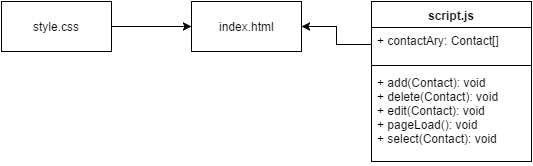
blaskowski94/JSAddressBook keeps this draw.io diagram as AddressBookUML.png. Above is the earlier version. Source tidied: cells renumbered, new cells last; positions are measured from the earlier drawing's top-left corner, leaving out a move shared by most shapes. The source it was exported from:
```xml
<mxGraphModel background="#ffffff">
  <root>
    <mxCell id="0" />
    <mxCell id="1" parent="0" />
    <mxCell id="2" value="index.html" style="html=1;" parent="1" vertex="1">
      <mxGeometry x="190" width="110" height="50" as="geometry" />
    </mxCell>
    <mxCell id="3" style="edgeStyle=orthogonalEdgeStyle;rounded=0;html=1;exitX=1;exitY=0.5;entryX=0;entryY=0.5;jettySize=auto;" parent="1" edge="1" source="4" target="2">
      <mxGeometry relative="1" as="geometry" />
    </mxCell>
    <mxCell id="4" value="style.css" style="html=1;" parent="1" vertex="1">
      <mxGeometry width="110" height="50" as="geometry" />
    </mxCell>
    <mxCell id="5" value="script.js" style="swimlane;html=1;fontStyle=1;align=center;verticalAlign=top;horizontal=1;startSize=26;swimlaneFillColor=#ffffff;" parent="1" vertex="1">
      <mxGeometry x="370" width="160" height="160" as="geometry" />
    </mxCell>
    <mxCell id="6" value="+ contactAry: Contact[]" style="text;html=1;strokeColor=none;fillColor=none;align=left;verticalAlign=top;spacingLeft=4;spacingRight=4;whiteSpace=wrap;overflow=hidden;points=[[0,0.5],[1,0.5]];portConstraint=eastwest;" parent="5" vertex="1">
      <mxGeometry y="26" width="160" height="34" as="geometry" />
    </mxCell>
    <mxCell id="7" style="line;html=1;strokeWidth=1;fillColor=none;align=left;verticalAlign=middle;spacingTop=-1;spacingLeft=3;spacingRight=3;labelPosition=right;" parent="5" vertex="1">
      <mxGeometry y="60" width="160" height="8" as="geometry" />
    </mxCell>
    <mxCell id="8" value="+ add(Contact): void&lt;div&gt;+ delete(Contact): void&lt;/div&gt;&lt;div&gt;+ edit(Contact): void&lt;/div&gt;&lt;div&gt;+ pageLoad(): void&lt;/div&gt;&lt;div&gt;+ select(Contact): void&lt;/div&gt;" style="text;html=1;strokeColor=none;fillColor=none;align=left;verticalAlign=top;spacingLeft=4;spacingRight=4;whiteSpace=wrap;overflow=hidden;" parent="5" vertex="1">
      <mxGeometry y="68" width="160" height="92" as="geometry" />
    </mxCell>
    <mxCell id="9" style="edgeStyle=orthogonalEdgeStyle;rounded=0;html=1;exitX=0;exitY=0.5;entryX=1;entryY=0.5;jettySize=auto;" parent="1" edge="1" source="6" target="2">
      <mxGeometry relative="1" as="geometry" />
    </mxCell>
  </root>
</mxGraphModel>
```
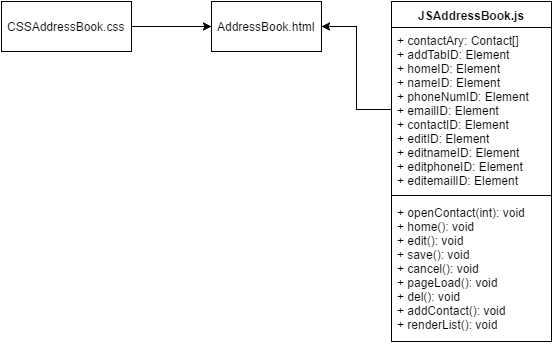
Above is the later version.

What changed in the source:
```diff
@@ -2,26 +2,26 @@
   <root>
     <mxCell id="0" />
     <mxCell id="1" parent="0" />
-    <mxCell id="2" value="index.html" style="html=1;" parent="1" vertex="1">
+    <mxCell id="2" value="AddressBook.html" style="html=1;" parent="1" vertex="1">
       <mxGeometry x="190" width="110" height="50" as="geometry" />
     </mxCell>
     <mxCell id="3" style="edgeStyle=orthogonalEdgeStyle;rounded=0;html=1;exitX=1;exitY=0.5;entryX=0;entryY=0.5;jettySize=auto;" parent="1" edge="1" source="4" target="2">
       <mxGeometry relative="1" as="geometry" />
     </mxCell>
-    <mxCell id="4" value="style.css" style="html=1;" parent="1" vertex="1">
-      <mxGeometry width="110" height="50" as="geometry" />
+    <mxCell id="4" value="CSSAddressBook.css" style="html=1;" parent="1" vertex="1">
+      <mxGeometry x="-20" width="130" height="50" as="geometry" />
     </mxCell>
-    <mxCell id="5" value="script.js" style="swimlane;html=1;fontStyle=1;align=center;verticalAlign=top;horizontal=1;startSize=26;swimlaneFillColor=#ffffff;" parent="1" vertex="1">
-      <mxGeometry x="370" width="160" height="160" as="geometry" />
+    <mxCell id="5" value="JSAddressBook.js" style="swimlane;html=1;fontStyle=1;align=center;verticalAlign=top;horizontal=1;startSize=26;swimlaneFillColor=#ffffff;" parent="1" vertex="1">
+      <mxGeometry x="370" width="160" height="340" as="geometry" />
     </mxCell>
-    <mxCell id="6" value="+ contactAry: Contact[]" style="text;html=1;strokeColor=none;fillColor=none;align=left;verticalAlign=top;spacingLeft=4;spacingRight=4;whiteSpace=wrap;overflow=hidden;points=[[0,0.5],[1,0.5]];portConstraint=eastwest;" parent="5" vertex="1">
-      <mxGeometry y="26" width="160" height="34" as="geometry" />
+    <mxCell id="6" value="+ contactAry: Contact[]&lt;div&gt;+ addTabID: Element&lt;/div&gt;&lt;div&gt;+ homeID: Element&lt;/div&gt;&lt;div&gt;+ nameID: Element&lt;/div&gt;&lt;div&gt;+ phoneNumID: Element&lt;/div&gt;&lt;div&gt;+ emailID: Element&lt;/div&gt;&lt;div&gt;+ contactID: Element&lt;/div&gt;&lt;div&gt;+ editID: Element&lt;/div&gt;&lt;div&gt;+ editnameID: Element&lt;/div&gt;&lt;div&gt;+ editphoneID: Element&lt;/div&gt;&lt;div&gt;+ editemailID: Element&lt;/div&gt;" style="text;html=1;strokeColor=none;fillColor=none;align=left;verticalAlign=top;spacingLeft=4;spacingRight=4;whiteSpace=wrap;overflow=hidden;points=[[0,0.5],[1,0.5]];portConstraint=eastwest;" parent="5" vertex="1">
+      <mxGeometry y="26" width="160" height="164" as="geometry" />
     </mxCell>
     <mxCell id="7" style="line;html=1;strokeWidth=1;fillColor=none;align=left;verticalAlign=middle;spacingTop=-1;spacingLeft=3;spacingRight=3;labelPosition=right;" parent="5" vertex="1">
-      <mxGeometry y="60" width="160" height="8" as="geometry" />
+      <mxGeometry y="190" width="160" height="8" as="geometry" />
     </mxCell>
-    <mxCell id="8" value="+ add(Contact): void&lt;div&gt;+ delete(Contact): void&lt;/div&gt;&lt;div&gt;+ edit(Contact): void&lt;/div&gt;&lt;div&gt;+ pageLoad(): void&lt;/div&gt;&lt;div&gt;+ select(Contact): void&lt;/div&gt;" style="text;html=1;strokeColor=none;fillColor=none;align=left;verticalAlign=top;spacingLeft=4;spacingRight=4;whiteSpace=wrap;overflow=hidden;" parent="5" vertex="1">
-      <mxGeometry y="68" width="160" height="92" as="geometry" />
+    <mxCell id="8" value="+ openContact(int): void&lt;div&gt;+ home(): void&lt;/div&gt;&lt;div&gt;+ edit(): void&lt;/div&gt;&lt;div&gt;+ save(): void&lt;/div&gt;&lt;div&gt;+ cancel(): void&lt;/div&gt;&lt;div&gt;+ pageLoad(): void&lt;/div&gt;&lt;div&gt;+ del(): void&lt;/div&gt;&lt;div&gt;+ addContact(): void&lt;/div&gt;&lt;div&gt;+ renderList(): void&lt;/div&gt;" style="text;html=1;strokeColor=none;fillColor=none;align=left;verticalAlign=top;spacingLeft=4;spacingRight=4;whiteSpace=wrap;overflow=hidden;" parent="5" vertex="1">
+      <mxGeometry y="198" width="160" height="142" as="geometry" />
     </mxCell>
     <mxCell id="9" style="edgeStyle=orthogonalEdgeStyle;rounded=0;html=1;exitX=0;exitY=0.5;entryX=1;entryY=0.5;jettySize=auto;" parent="1" edge="1" source="6" target="2">
       <mxGeometry relative="1" as="geometry" />
```
